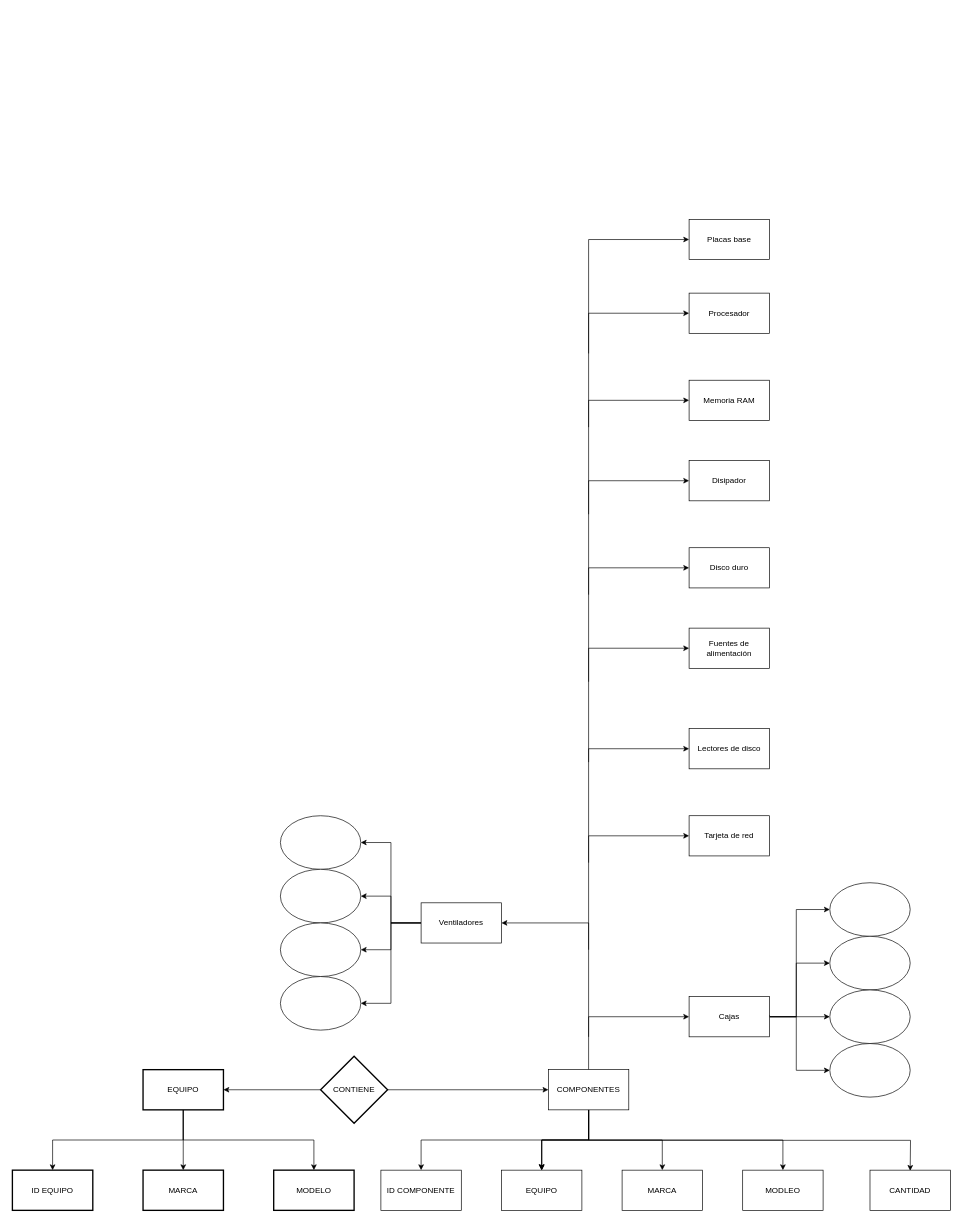
Before: Diagrama sin gg.drawio in igimenom/castores, a draw.io diagram. Source tidied: cells renumbered, new cells numbered last; positions are measured from the earlier drawing's top-left corner, leaving out a move shared by most shapes. Both pictures are drawn from the tidied source at 67%, with x=0, y=0 at pixel (12, 219).
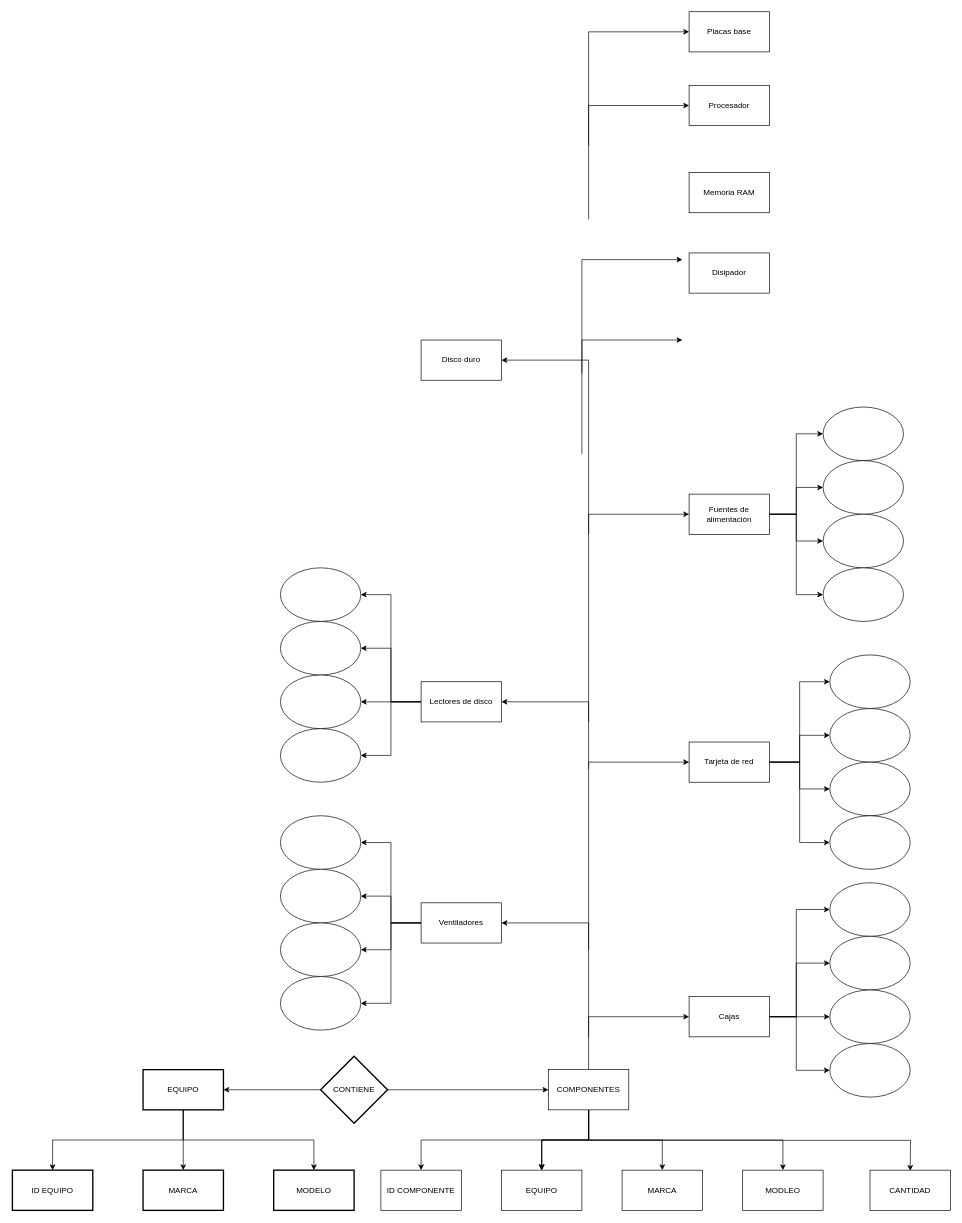
After the change.

What changed in the source:
```diff
@@
-    <mxCell id="37" style="edgeStyle=orthogonalEdgeStyle;rounded=0;orthogonalLoop=1;jettySize=auto;html=1;" parent="1" edge="1">
+    <mxCell id="37" style="edgeStyle=orthogonalEdgeStyle;rounded=0;jettySize=auto;html=1;entryX=0;entryY=0.5;entryDx=0;entryDy=0;" parent="1" edge="1" target="38">
       <mxGeometry relative="1" as="geometry">
         <mxPoint x="860" y="1090" as="sourcePoint" />
-        <mxPoint x="1010" y="920" as="targetPoint" />
         <Array as="points">
-          <mxPoint x="860" y="920" />
+          <mxPoint x="860" y="810" />
         </Array>
       </mxGeometry>
     </mxCell>
+    <mxCell id="61" style="edgeStyle=orthogonalEdgeStyle;rounded=0;jettySize=auto;html=1;exitX=1;exitY=0.5;exitDx=0;exitDy=0;entryX=0;entryY=0.5;entryDx=0;entryDy=0;" parent="1" edge="1" source="38" target="73">
+      <mxGeometry relative="1" as="geometry" />
+    </mxCell>
+    <mxCell id="62" style="edgeStyle=orthogonalEdgeStyle;rounded=0;jettySize=auto;html=1;exitX=1;exitY=0.5;exitDx=0;exitDy=0;entryX=0;entryY=0.5;entryDx=0;entryDy=0;" parent="1" edge="1" source="38" target="74">
+      <mxGeometry relative="1" as="geometry" />
+    </mxCell>
+    <mxCell id="63" style="edgeStyle=orthogonalEdgeStyle;rounded=0;jettySize=auto;html=1;exitX=1;exitY=0.5;exitDx=0;exitDy=0;entryX=0;entryY=0.5;entryDx=0;entryDy=0;" parent="1" edge="1" source="38" target="75">
+      <mxGeometry relative="1" as="geometry" />
+    </mxCell>
+    <mxCell id="64" style="edgeStyle=orthogonalEdgeStyle;rounded=0;jettySize=auto;html=1;exitX=1;exitY=0.5;exitDx=0;exitDy=0;entryX=0;entryY=0.5;entryDx=0;entryDy=0;" parent="1" edge="1" source="38" target="76">
+      <mxGeometry relative="1" as="geometry" />
+    </mxCell>
     <mxCell id="38" value="Tarjeta de red" style="rounded=0;whiteSpace=wrap;html=1;" parent="1" vertex="1">
-      <mxGeometry x="1010" y="890" width="120" height="60" as="geometry" />
+      <mxGeometry x="1010" y="780" width="120" height="60" as="geometry" />
     </mxCell>
-    <mxCell id="39" style="edgeStyle=orthogonalEdgeStyle;rounded=0;orthogonalLoop=1;jettySize=auto;html=1;" parent="1" edge="1">
+    <mxCell id="39" style="edgeStyle=orthogonalEdgeStyle;rounded=0;jettySize=auto;html=1;entryX=1;entryY=0.5;entryDx=0;entryDy=0;" parent="1" edge="1" target="40">
       <mxGeometry relative="1" as="geometry">
-        <mxPoint x="860" y="960" as="sourcePoint" />
-        <mxPoint x="1010" y="790" as="targetPoint" />
+        <mxPoint x="860" y="820" as="sourcePoint" />
         <Array as="points">
-          <mxPoint x="860" y="790" />
+          <mxPoint x="860" y="720" />
+          <mxPoint x="730" y="720" />
         </Array>
       </mxGeometry>
     </mxCell>
+    <mxCell id="65" style="edgeStyle=orthogonalEdgeStyle;rounded=0;jettySize=auto;html=1;exitX=0;exitY=0.5;exitDx=0;exitDy=0;entryX=1;entryY=0.5;entryDx=0;entryDy=0;" parent="1" edge="1" source="40" target="77">
+      <mxGeometry relative="1" as="geometry" />
+    </mxCell>
+    <mxCell id="66" style="edgeStyle=orthogonalEdgeStyle;rounded=0;jettySize=auto;html=1;exitX=0;exitY=0.5;exitDx=0;exitDy=0;entryX=1;entryY=0.5;entryDx=0;entryDy=0;" parent="1" edge="1" source="40" target="78">
+      <mxGeometry relative="1" as="geometry" />
+    </mxCell>
+    <mxCell id="67" style="edgeStyle=orthogonalEdgeStyle;rounded=0;jettySize=auto;html=1;exitX=0;exitY=0.5;exitDx=0;exitDy=0;entryX=1;entryY=0.5;entryDx=0;entryDy=0;" parent="1" edge="1" source="40" target="79">
+      <mxGeometry relative="1" as="geometry" />
+    </mxCell>
+    <mxCell id="68" style="edgeStyle=orthogonalEdgeStyle;rounded=0;jettySize=auto;html=1;exitX=0;exitY=0.5;exitDx=0;exitDy=0;entryX=1;entryY=0.5;entryDx=0;entryDy=0;" parent="1" edge="1" source="40" target="80">
+      <mxGeometry relative="1" as="geometry" />
+    </mxCell>
     <mxCell id="40" value="Lectores de disco" style="rounded=0;whiteSpace=wrap;html=1;" parent="1" vertex="1">
-      <mxGeometry x="1010" y="760" width="120" height="60" as="geometry" />
+      <mxGeometry x="610" y="690" width="120" height="60" as="geometry" />
     </mxCell>
-    <mxCell id="41" style="edgeStyle=orthogonalEdgeStyle;rounded=0;orthogonalLoop=1;jettySize=auto;html=1;" parent="1" edge="1">
-      <mxGeometry relative="1" as="geometry">
-        <mxPoint x="860" y="810" as="sourcePoint" />
-        <mxPoint x="1010" y="640" as="targetPoint" />
-        <Array as="points">
-          <mxPoint x="860" y="640" />
-        </Array>
-      </mxGeometry>
-    </mxCell>
+    <mxCell id="69" style="edgeStyle=orthogonalEdgeStyle;rounded=0;jettySize=auto;html=1;exitX=1;exitY=0.5;exitDx=0;exitDy=0;entryX=0;entryY=0.5;entryDx=0;entryDy=0;" parent="1" edge="1" source="42" target="82">
+      <mxGeometry relative="1" as="geometry" />
+    </mxCell>
+    <mxCell id="70" style="edgeStyle=orthogonalEdgeStyle;rounded=0;jettySize=auto;html=1;exitX=1;exitY=0.5;exitDx=0;exitDy=0;entryX=0;entryY=0.5;entryDx=0;entryDy=0;" parent="1" edge="1" source="42" target="83">
+      <mxGeometry relative="1" as="geometry" />
+    </mxCell>
+    <mxCell id="71" style="edgeStyle=orthogonalEdgeStyle;rounded=0;jettySize=auto;html=1;exitX=1;exitY=0.5;exitDx=0;exitDy=0;entryX=0;entryY=0.5;entryDx=0;entryDy=0;" parent="1" edge="1" source="42" target="84">
+      <mxGeometry relative="1" as="geometry" />
+    </mxCell>
+    <mxCell id="72" style="edgeStyle=orthogonalEdgeStyle;rounded=0;jettySize=auto;html=1;exitX=1;exitY=0.5;exitDx=0;exitDy=0;entryX=0;entryY=0.5;entryDx=0;entryDy=0;" parent="1" edge="1" source="42" target="85">
+      <mxGeometry relative="1" as="geometry" />
+    </mxCell>
     <mxCell id="42" value="Fuentes de alimentación" style="rounded=0;whiteSpace=wrap;html=1;" parent="1" vertex="1">
-      <mxGeometry x="1010" y="610" width="120" height="60" as="geometry" />
+      <mxGeometry x="1010" y="410" width="120" height="60" as="geometry" />
     </mxCell>
-    <mxCell id="43" style="edgeStyle=orthogonalEdgeStyle;rounded=0;orthogonalLoop=1;jettySize=auto;html=1;" parent="1" edge="1">
+    <mxCell id="43" style="edgeStyle=orthogonalEdgeStyle;rounded=0;jettySize=auto;html=1;entryX=1;entryY=0.5;entryDx=0;entryDy=0;" parent="1" edge="1" target="44">
       <mxGeometry relative="1" as="geometry">
-        <mxPoint x="860" y="690" as="sourcePoint" />
-        <mxPoint x="1010" y="520" as="targetPoint" />
+        <mxPoint x="860" y="470" as="sourcePoint" />
         <Array as="points">
-          <mxPoint x="860" y="520" />
+          <mxPoint x="860" y="210" />
         </Array>
       </mxGeometry>
     </mxCell>
     <mxCell id="44" value="Disco duro" style="rounded=0;whiteSpace=wrap;html=1;" parent="1" vertex="1">
-      <mxGeometry x="1010" y="490" width="120" height="60" as="geometry" />
+      <mxGeometry x="610" y="180" width="120" height="60" as="geometry" />
     </mxCell>
     <mxCell id="45" style="edgeStyle=orthogonalEdgeStyle;rounded=0;orthogonalLoop=1;jettySize=auto;html=1;" parent="1" edge="1">
       <mxGeometry relative="1" as="geometry">
-        <mxPoint x="860" y="560" as="sourcePoint" />
-        <mxPoint x="1010" y="390" as="targetPoint" />
+        <mxPoint x="850" y="350" as="sourcePoint" />
+        <mxPoint x="1000" y="180" as="targetPoint" />
         <Array as="points">
-          <mxPoint x="860" y="390" />
+          <mxPoint x="850" y="180" />
         </Array>
       </mxGeometry>
     </mxCell>
     <mxCell id="46" value="Disipador" style="rounded=0;whiteSpace=wrap;html=1;" parent="1" vertex="1">
-      <mxGeometry x="1010" y="360" width="120" height="60" as="geometry" />
+      <mxGeometry x="1010" y="50" width="120" height="60" as="geometry" />
     </mxCell>
     <mxCell id="47" style="edgeStyle=orthogonalEdgeStyle;rounded=0;orthogonalLoop=1;jettySize=auto;html=1;" parent="1" edge="1">
       <mxGeometry relative="1" as="geometry">
-        <mxPoint x="860" y="440" as="sourcePoint" />
-        <mxPoint x="1010" y="270" as="targetPoint" />
+        <mxPoint x="850" y="230" as="sourcePoint" />
+        <mxPoint x="1000" y="60" as="targetPoint" />
         <Array as="points">
-          <mxPoint x="860" y="270" />
+          <mxPoint x="850" y="60" />
         </Array>
       </mxGeometry>
     </mxCell>
     <mxCell id="48" value="Memoria RAM" style="rounded=0;whiteSpace=wrap;html=1;" parent="1" vertex="1">
-      <mxGeometry x="1010" y="240" width="120" height="60" as="geometry" />
+      <mxGeometry x="1010" y="-70" width="120" height="60" as="geometry" />
     </mxCell>
     <mxCell id="49" style="edgeStyle=orthogonalEdgeStyle;rounded=0;orthogonalLoop=1;jettySize=auto;html=1;" parent="1" edge="1">
       <mxGeometry relative="1" as="geometry">
-        <mxPoint x="860" y="310" as="sourcePoint" />
-        <mxPoint x="1010" y="140" as="targetPoint" />
+        <mxPoint x="860" as="sourcePoint" />
+        <mxPoint x="1010" y="-170" as="targetPoint" />
         <Array as="points">
-          <mxPoint x="860" y="140" />
+          <mxPoint x="860" y="-170" />
         </Array>
       </mxGeometry>
     </mxCell>
     <mxCell id="50" value="Procesador" style="rounded=0;whiteSpace=wrap;html=1;" parent="1" vertex="1">
-      <mxGeometry x="1010" y="110" width="120" height="60" as="geometry" />
+      <mxGeometry x="1010" y="-200" width="120" height="60" as="geometry" />
     </mxCell>
     <mxCell id="51" style="edgeStyle=orthogonalEdgeStyle;rounded=0;orthogonalLoop=1;jettySize=auto;html=1;" parent="1" edge="1">
       <mxGeometry relative="1" as="geometry">
-        <mxPoint x="860" y="200" as="sourcePoint" />
-        <mxPoint x="1010" y="30" as="targetPoint" />
+        <mxPoint x="860" y="-110" as="sourcePoint" />
+        <mxPoint x="1010" y="-280" as="targetPoint" />
         <Array as="points">
-          <mxPoint x="860" y="30" />
+          <mxPoint x="860" y="-280" />
         </Array>
       </mxGeometry>
     </mxCell>
     <mxCell id="52" value="Placas base" style="rounded=0;whiteSpace=wrap;html=1;" parent="1" vertex="1">
-      <mxGeometry x="1010" width="120" height="60" as="geometry" />
+      <mxGeometry x="1010" y="-310" width="120" height="60" as="geometry" />
     </mxCell>
@@
+    <mxCell id="73" style="ellipse;whiteSpace=wrap;html=1;shapeInside=1;" parent="1" vertex="1">
+      <mxGeometry x="1220" y="650" width="120" height="80" as="geometry" />
+    </mxCell>
+    <mxCell id="74" style="ellipse;whiteSpace=wrap;html=1;shapeInside=1;" parent="1" vertex="1">
+      <mxGeometry x="1220" y="730" width="120" height="80" as="geometry" />
+    </mxCell>
+    <mxCell id="75" style="ellipse;whiteSpace=wrap;html=1;shapeInside=1;" parent="1" vertex="1">
+      <mxGeometry x="1220" y="810" width="120" height="80" as="geometry" />
+    </mxCell>
+    <mxCell id="76" style="ellipse;whiteSpace=wrap;html=1;shapeInside=1;" parent="1" vertex="1">
+      <mxGeometry x="1220" y="890" width="120" height="80" as="geometry" />
+    </mxCell>
+    <mxCell id="77" style="ellipse;whiteSpace=wrap;html=1;shapeInside=1;" parent="1" vertex="1">
+      <mxGeometry x="400" y="520" width="120" height="80" as="geometry" />
+    </mxCell>
+    <mxCell id="78" style="ellipse;whiteSpace=wrap;html=1;shapeInside=1;" parent="1" vertex="1">
+      <mxGeometry x="400" y="600" width="120" height="80" as="geometry" />
+    </mxCell>
+    <mxCell id="79" style="ellipse;whiteSpace=wrap;html=1;shapeInside=1;" parent="1" vertex="1">
+      <mxGeometry x="400" y="680" width="120" height="80" as="geometry" />
+    </mxCell>
+    <mxCell id="80" style="ellipse;whiteSpace=wrap;html=1;shapeInside=1;" parent="1" vertex="1">
+      <mxGeometry x="400" y="760" width="120" height="80" as="geometry" />
+    </mxCell>
+    <mxCell id="81" style="edgeStyle=orthogonalEdgeStyle;rounded=0;jettySize=auto;html=1;entryX=0;entryY=0.5;entryDx=0;entryDy=0;" parent="1" edge="1" target="42">
+      <mxGeometry relative="1" as="geometry">
+        <mxPoint x="860" y="750" as="sourcePoint" />
+        <Array as="points">
+          <mxPoint x="860" y="440" />
+        </Array>
+      </mxGeometry>
+    </mxCell>
+    <mxCell id="82" style="ellipse;whiteSpace=wrap;html=1;shapeInside=1;" parent="1" vertex="1">
+      <mxGeometry x="1210" y="280" width="120" height="80" as="geometry" />
+    </mxCell>
+    <mxCell id="83" style="ellipse;whiteSpace=wrap;html=1;shapeInside=1;" parent="1" vertex="1">
+      <mxGeometry x="1210" y="360" width="120" height="80" as="geometry" />
+    </mxCell>
+    <mxCell id="84" style="ellipse;whiteSpace=wrap;html=1;shapeInside=1;" parent="1" vertex="1">
+      <mxGeometry x="1210" y="440" width="120" height="80" as="geometry" />
+    </mxCell>
+    <mxCell id="85" style="ellipse;whiteSpace=wrap;html=1;shapeInside=1;" parent="1" vertex="1">
+      <mxGeometry x="1210" y="520" width="120" height="80" as="geometry" />
+    </mxCell>
```
